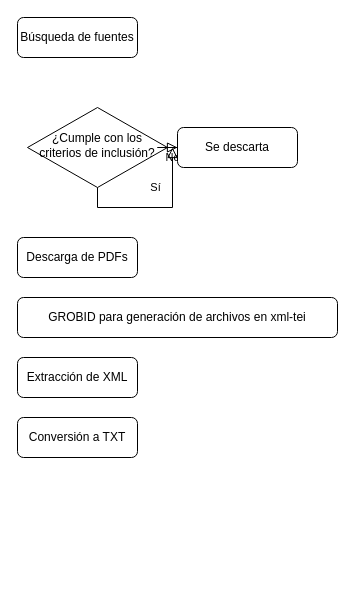
isabel-mm/guacamole keeps this draw.io diagram as Diagrama sin título.drawio. Above is the earlier version. Source tidied: cells renumbered, new cells numbered last; positions are measured from the earlier drawing's top-left corner, leaving out a move shared by most shapes. Both pictures are drawn from the tidied source at 100%, with x=0, y=0 at pixel (17, 17).
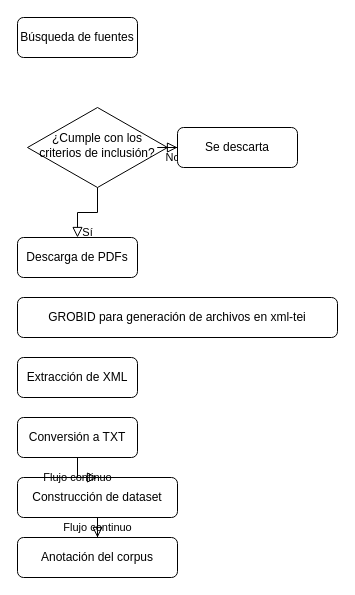
Above is the later version.

Diff of the diagram source:
```diff
@@
 <mxGraphModel>
   <root>
     <mxCell id="0" />
     <mxCell id="1" parent="0" />
     <mxCell id="2" value="Búsqueda de fuentes" style="rounded=1;whiteSpace=wrap;html=1;fontSize=12;glass=0;strokeWidth=1;shadow=0;" parent="1" vertex="1">
       <mxGeometry width="120" height="40" as="geometry" />
     </mxCell>
     <mxCell id="3" value="¿Cumple con los criterios de inclusión?" style="rhombus;whiteSpace=wrap;html=1;shadow=0;fontFamily=Helvetica;fontSize=12;align=center;strokeWidth=1;spacing=6;spacingTop=-4;" parent="1" vertex="1">
       <mxGeometry x="10" y="90" width="140" height="80" as="geometry" />
     </mxCell>
-    <mxCell id="4" value="Sí" style="rounded=0;html=1;jettySize=auto;fontSize=11;endArrow=block;endFill=0;endSize=8;strokeWidth=1;shadow=0;labelBackgroundColor=none;edgeStyle=orthogonalEdgeStyle;" parent="1" edge="1" source="3" target="5">
+    <mxCell id="4" value="Sí" style="rounded=0;html=1;jettySize=auto;fontSize=11;endArrow=block;endFill=0;endSize=8;strokeWidth=1;shadow=0;labelBackgroundColor=none;edgeStyle=orthogonalEdgeStyle;" parent="1" edge="1" source="3" target="7">
       <mxGeometry y="20" relative="1" as="geometry" />
     </mxCell>
     <mxCell id="5" value="No" style="edgeStyle=orthogonalEdgeStyle;rounded=0;html=1;jettySize=auto;fontSize=11;endArrow=block;endFill=0;endSize=8;strokeWidth=1;shadow=0;labelBackgroundColor=none;" parent="1" edge="1" source="3" target="6">
       <mxGeometry y="10" relative="1" as="geometry" />
     </mxCell>
     <mxCell id="6" value="Se descarta" style="rounded=1;whiteSpace=wrap;html=1;fontSize=12;glass=0;strokeWidth=1;shadow=0;" parent="1" vertex="1">
       <mxGeometry x="160" y="110" width="120" height="40" as="geometry" />
     </mxCell>
     <mxCell id="7" value="Descarga de PDFs" style="rounded=1;whiteSpace=wrap;html=1;fontSize=12;glass=0;strokeWidth=1;shadow=0;" parent="1" vertex="1">
       <mxGeometry y="220" width="120" height="40" as="geometry" />
     </mxCell>
     <mxCell id="8" value="GROBID para generación de archivos en xml-tei" style="rounded=1;whiteSpace=wrap;html=1;fontSize=12;glass=0;strokeWidth=1;shadow=0;" parent="1" vertex="1">
       <mxGeometry y="280" width="320" height="40" as="geometry" />
     </mxCell>
     <mxCell id="9" value="Extracción de XML" style="rounded=1;whiteSpace=wrap;html=1;fontSize=12;glass=0;strokeWidth=1;shadow=0;" parent="1" vertex="1">
       <mxGeometry y="340" width="120" height="40" as="geometry" />
     </mxCell>
     <mxCell id="10" value="Conversión a TXT" style="rounded=1;whiteSpace=wrap;html=1;fontSize=12;glass=0;strokeWidth=1;shadow=0;" parent="1" vertex="1">
       <mxGeometry y="400" width="120" height="40" as="geometry" />
     </mxCell>
+    <mxCell id="11" value="Construcción de dataset" style="rounded=1;whiteSpace=wrap;html=1;fontSize=12;glass=0;strokeWidth=1;shadow=0;" parent="1" vertex="1">
+      <mxGeometry y="460" width="160" height="40" as="geometry" />
+    </mxCell>
+    <mxCell id="12" value="Anotación del corpus" style="rounded=1;whiteSpace=wrap;html=1;fontSize=12;glass=0;strokeWidth=1;shadow=0;" parent="1" vertex="1">
+      <mxGeometry y="520" width="160" height="40" as="geometry" />
+    </mxCell>
+    <mxCell id="13" value="Flujo continuo" style="edgeStyle=orthogonalEdgeStyle;rounded=0;html=1;jettySize=auto;fontSize=11;endArrow=block;endFill=0;endSize=8;strokeWidth=1;shadow=0;labelBackgroundColor=none;" parent="1" edge="1" source="10" target="11">
+      <mxGeometry relative="1" as="geometry" />
+    </mxCell>
+    <mxCell id="14" value="Flujo continuo" style="edgeStyle=orthogonalEdgeStyle;rounded=0;html=1;jettySize=auto;fontSize=11;endArrow=block;endFill=0;endSize=8;strokeWidth=1;shadow=0;labelBackgroundColor=none;" parent="1" edge="1" source="11" target="12">
+      <mxGeometry relative="1" as="geometry" />
+    </mxCell>
   </root>
 </mxGraphModel>
```
